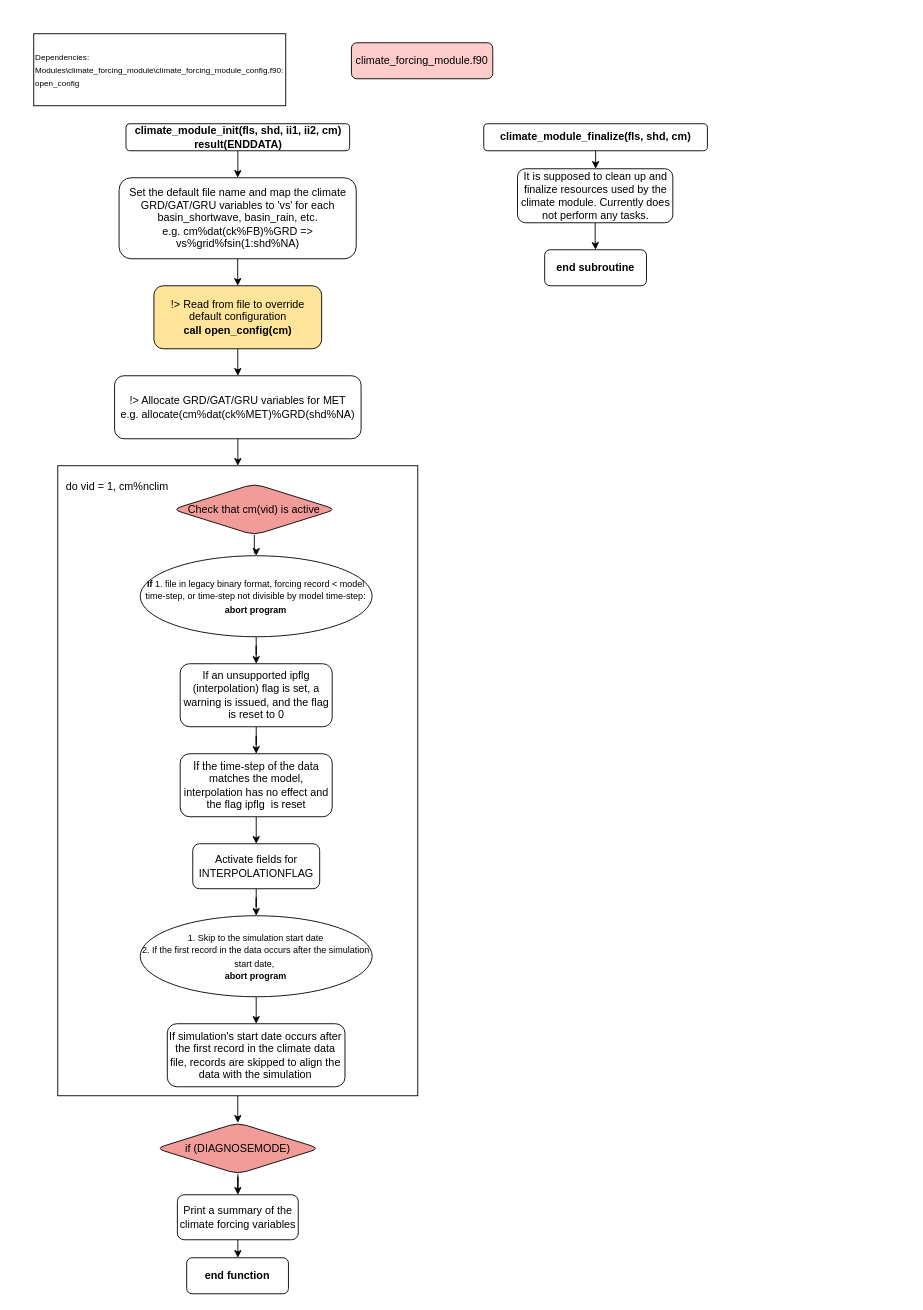
Before: climate_forcing_module.drawio in MeshMapping/r1749_Mappings, a draw.io diagram. Source tidied: cells renumbered, new cells numbered last; positions are measured from the earlier drawing's top-left corner, leaving out a move shared by most shapes. Both pictures are drawn from the tidied source at 90%, with x=0, y=0 at pixel (15, 33).
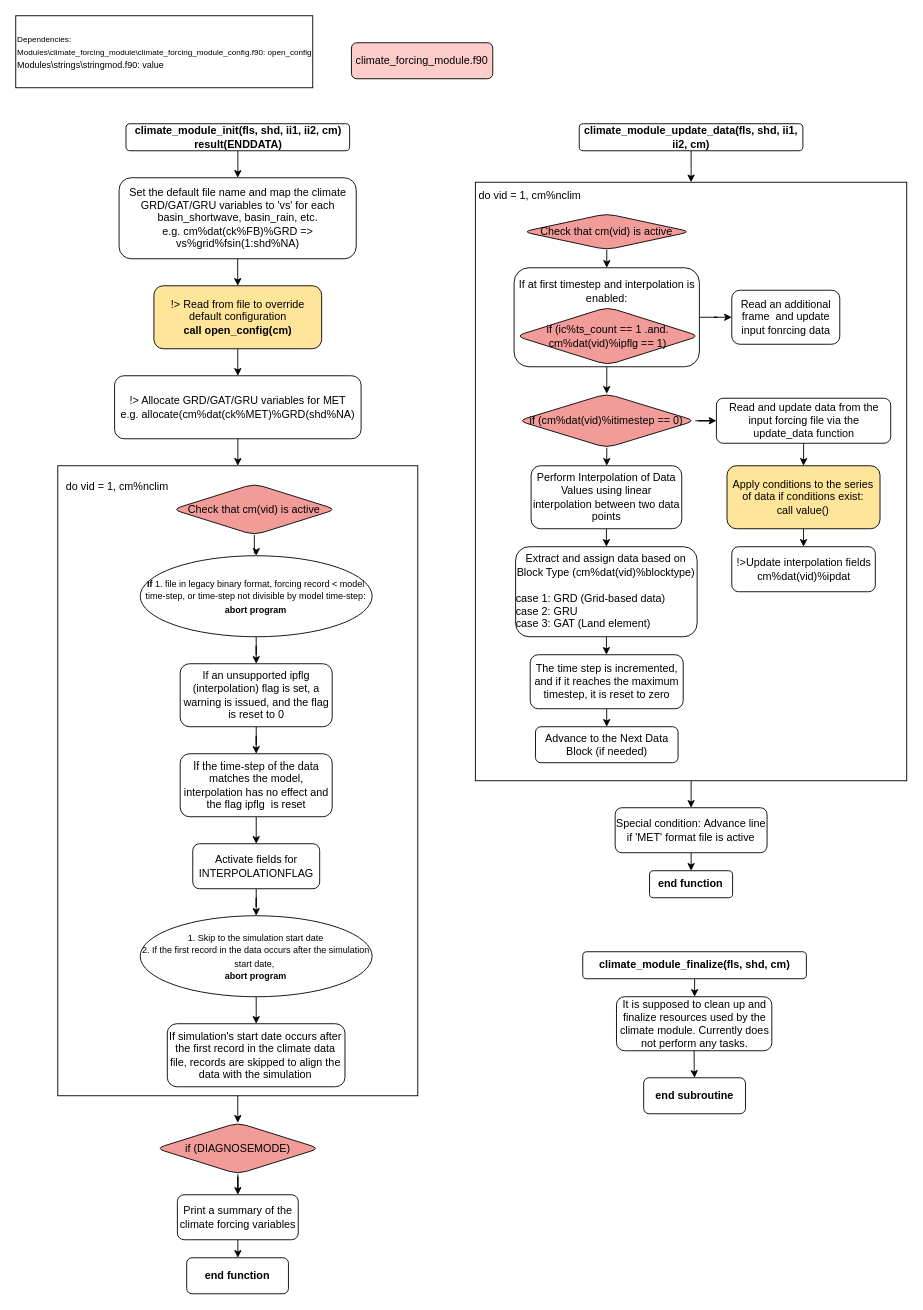
After the change.

What changed in the source:
```diff
@@
+    <mxCell id="39" style="rounded=1;whiteSpace=wrap;html=1;" parent="1" vertex="1">
+      <mxGeometry x="540" y="395" width="120" height="60" as="geometry" />
+    </mxCell>
+    <mxCell id="40" style="edgeStyle=orthogonalEdgeStyle;rounded=0;jettySize=auto;html=1;entryX=0.5;entryY=0;entryDx=0;entryDy=0;" parent="1" edge="1" source="41" target="70">
+      <mxGeometry relative="1" as="geometry" />
+    </mxCell>
+    <mxCell id="41" style="rounded=0;whiteSpace=wrap;html=1;" parent="1" vertex="1">
+      <mxGeometry x="510.7" y="165" width="479.3" height="665" as="geometry" />
+    </mxCell>
@@
-    <mxCell id="3" value="&lt;div&gt;&lt;font style=&quot;font-size: 9px;&quot;&gt;Dependencies:&lt;/font&gt;&lt;/div&gt;&lt;div&gt;&lt;font style=&quot;font-size: 9px;&quot;&gt;Modules\climate_forcing_module\climate_forcing_module_config.f90: open_config&lt;/font&gt;&lt;br&gt;&lt;/div&gt;" style="rounded=0;whiteSpace=wrap;html=1;align=left;" parent="1" vertex="1">
-      <mxGeometry x="20" width="280" height="80" as="geometry" />
+    <mxCell id="3" value="&lt;div&gt;&lt;font style=&quot;font-size: 9px;&quot;&gt;Dependencies:&lt;/font&gt;&lt;/div&gt;&lt;div&gt;&lt;font style=&quot;font-size: 9px;&quot;&gt;Modules\climate_forcing_module\climate_forcing_module_config.f90: open_config&lt;/font&gt;&lt;br&gt;&lt;/div&gt;&lt;div&gt;&lt;font style=&quot;&quot;&gt;&lt;font size=&quot;1&quot;&gt;Modules\strings\stringmod.f90: value&lt;/font&gt;&lt;/font&gt;&lt;/div&gt;" style="rounded=0;whiteSpace=wrap;html=1;align=left;" parent="1" vertex="1">
+      <mxGeometry y="-20" width="330" height="80" as="geometry" />
     </mxCell>
@@
     <mxCell id="35" value="climate_module_finalize(fls, shd, cm)" style="rounded=1;whiteSpace=wrap;html=1;fontStyle=1;" parent="1" vertex="1">
-      <mxGeometry x="520" y="100" width="248.5" height="30" as="geometry" />
+      <mxGeometry x="630" y="1020" width="248.5" height="30" as="geometry" />
     </mxCell>
@@
     <mxCell id="37" value="&lt;span style=&quot;font-weight: normal;&quot;&gt;It is supposed to clean up and finalize resources used by the climate module. Currently does not perform any tasks.&lt;/span&gt;" style="whiteSpace=wrap;html=1;rounded=1;fontStyle=1;" parent="1" vertex="1">
-      <mxGeometry x="557.5" y="150" width="172.6" height="60" as="geometry" />
+      <mxGeometry x="667.5" y="1070" width="172.6" height="60" as="geometry" />
     </mxCell>
     <mxCell id="38" value="end subroutine" style="whiteSpace=wrap;html=1;fillColor=#FFFFFF;rounded=1;fontStyle=1;" parent="1" vertex="1">
-      <mxGeometry x="587.7" y="240" width="113.1" height="40" as="geometry" />
+      <mxGeometry x="697.7" y="1160" width="113.1" height="40" as="geometry" />
     </mxCell>
+    <mxCell id="42" style="edgeStyle=orthogonalEdgeStyle;rounded=0;jettySize=auto;html=1;entryX=0.5;entryY=0;entryDx=0;entryDy=0;" parent="1" edge="1" source="43" target="41">
+      <mxGeometry relative="1" as="geometry" />
+    </mxCell>
+    <mxCell id="43" value="climate_module_update_data(fls, shd, ii1, ii2, cm)" style="rounded=1;whiteSpace=wrap;html=1;fontStyle=1;" parent="1" vertex="1">
+      <mxGeometry x="626.1" y="100" width="248.5" height="30" as="geometry" />
+    </mxCell>
+    <mxCell id="44" value="end function" style="whiteSpace=wrap;html=1;fillColor=#FFFFFF;rounded=1;fontStyle=1;" parent="1" vertex="1">
+      <mxGeometry x="704.2" y="930" width="92.3" height="30" as="geometry" />
+    </mxCell>
+    <mxCell id="45" value="do vid = 1, cm%nclim" style="text;html=1;align=center;verticalAlign=middle;whiteSpace=wrap;rounded=0;" parent="1" vertex="1">
+      <mxGeometry x="513" y="170" width="117" height="20" as="geometry" />
+    </mxCell>
+    <mxCell id="46" style="edgeStyle=orthogonalEdgeStyle;rounded=0;jettySize=auto;html=1;" parent="1" edge="1" source="47" target="49">
+      <mxGeometry relative="1" as="geometry" />
+    </mxCell>
+    <mxCell id="47" value="&lt;div&gt;Check that cm(vid) is active&lt;/div&gt;" style="rhombus;whiteSpace=wrap;html=1;rounded=1;fillColor=#F19C99;" parent="1" vertex="1">
+      <mxGeometry x="563.3" y="200" width="186.7" height="40" as="geometry" />
+    </mxCell>
+    <mxCell id="48" style="group;" parent="1" vertex="1">
+      <mxGeometry x="553.7" y="260" width="205.9" height="110" as="geometry" />
+    </mxCell>
+    <mxCell id="49" value="&lt;div&gt;&lt;span style=&quot;font-weight: 400;&quot;&gt;If at first timestep and interpolation is enabled:&lt;/span&gt;&lt;span style=&quot;background-color: initial; font-weight: 400;&quot;&gt;&lt;/span&gt;&lt;/div&gt;&lt;div&gt;&lt;br&gt;&lt;/div&gt;&lt;div&gt;&lt;br&gt;&lt;/div&gt;&lt;div style=&quot;font-weight: 400;&quot;&gt;&lt;span style=&quot;font-weight: 400;&quot;&gt;&lt;br&gt;&lt;/span&gt;&lt;/div&gt;&lt;div&gt;&lt;br/&gt;&lt;/div&gt;" style="whiteSpace=wrap;html=1;rounded=1;fontStyle=1;" parent="48" vertex="1">
+      <mxGeometry width="205.9" height="110" as="geometry" />
+    </mxCell>
+    <mxCell id="50" value="&lt;div&gt;if (ic%ts_count == 1 .and. cm%dat(vid)%ipflg == 1)&lt;/div&gt;" style="rhombus;whiteSpace=wrap;html=1;rounded=1;fillColor=#F19C99;" parent="48" vertex="1">
+      <mxGeometry x="1.9" y="43.8" width="204" height="64.2" as="geometry" />
+    </mxCell>
+    <mxCell id="51" style="edgeStyle=orthogonalEdgeStyle;rounded=0;jettySize=auto;html=1;" parent="1" edge="1" source="52" target="58">
+      <mxGeometry relative="1" as="geometry" />
+    </mxCell>
+    <mxCell id="52" value="&lt;span style=&quot;font-weight: normal;&quot;&gt;Read and update data from the input forcing file via the update_data function&lt;/span&gt;" style="whiteSpace=wrap;html=1;fillColor=#FFFFFF;rounded=1;fontStyle=1;" parent="1" vertex="1">
+      <mxGeometry x="778.5" y="405" width="193.7" height="50" as="geometry" />
+    </mxCell>
+    <mxCell id="53" style="edgeStyle=orthogonalEdgeStyle;rounded=0;jettySize=auto;html=1;" parent="1" edge="1" source="55" target="52">
+      <mxGeometry relative="1" as="geometry" />
+    </mxCell>
+    <mxCell id="54" style="edgeStyle=orthogonalEdgeStyle;rounded=0;jettySize=auto;html=1;entryX=0.5;entryY=0;entryDx=0;entryDy=0;" parent="1" edge="1" source="55" target="63">
+      <mxGeometry relative="1" as="geometry" />
+    </mxCell>
+    <mxCell id="55" value="&lt;div&gt;if (cm%dat(vid)%itimestep == 0)&lt;/div&gt;" style="rhombus;whiteSpace=wrap;html=1;rounded=1;fillColor=#F19C99;" parent="1" vertex="1">
+      <mxGeometry x="558.3" y="400" width="196.7" height="60" as="geometry" />
+    </mxCell>
+    <mxCell id="56" style="edgeStyle=orthogonalEdgeStyle;rounded=0;jettySize=auto;html=1;entryX=0.5;entryY=0;entryDx=0;entryDy=0;" parent="1" edge="1" source="49" target="55">
+      <mxGeometry relative="1" as="geometry" />
+    </mxCell>
+    <mxCell id="57" style="edgeStyle=orthogonalEdgeStyle;rounded=0;jettySize=auto;html=1;" parent="1" edge="1" source="58" target="59">
+      <mxGeometry relative="1" as="geometry" />
+    </mxCell>
+    <mxCell id="58" value="&lt;span style=&quot;font-weight: normal;&quot;&gt;Apply conditions to the series of data if conditions exist:&lt;/span&gt;&lt;div&gt;&lt;span style=&quot;font-weight: 400;&quot;&gt;call value()&lt;/span&gt;&lt;/div&gt;" style="whiteSpace=wrap;html=1;fillColor=#FFE599;rounded=1;fontStyle=1;" parent="1" vertex="1">
+      <mxGeometry x="790.3" y="480" width="170" height="70" as="geometry" />
+    </mxCell>
+    <mxCell id="59" value="&lt;span style=&quot;font-weight: 400;&quot;&gt;!&amp;gt;Update interpolation fields&lt;/span&gt;&lt;div&gt;&lt;span style=&quot;font-weight: 400;&quot;&gt;cm%dat(vid)%ipdat&lt;/span&gt;&lt;/div&gt;" style="whiteSpace=wrap;html=1;fillColor=#FFFFFF;rounded=1;fontStyle=1;" parent="1" vertex="1">
+      <mxGeometry x="795.6" y="570" width="159.5" height="50" as="geometry" />
+    </mxCell>
+    <mxCell id="60" value="&lt;span style=&quot;font-weight: normal;&quot;&gt;Read an additional frame&amp;nbsp; and update input fonrcing data&lt;/span&gt;" style="whiteSpace=wrap;html=1;rounded=1;fontStyle=1;" parent="1" vertex="1">
+      <mxGeometry x="795.6" y="285" width="120" height="60" as="geometry" />
+    </mxCell>
+    <mxCell id="61" style="edgeStyle=orthogonalEdgeStyle;rounded=0;jettySize=auto;html=1;" parent="1" edge="1" source="49" target="60">
+      <mxGeometry relative="1" as="geometry" />
+    </mxCell>
+    <mxCell id="62" style="edgeStyle=orthogonalEdgeStyle;rounded=0;jettySize=auto;html=1;" parent="1" edge="1" source="63" target="65">
+      <mxGeometry relative="1" as="geometry" />
+    </mxCell>
+    <mxCell id="63" value="&lt;span style=&quot;font-weight: 400;&quot;&gt;Perform Interpolation of Data Values&amp;nbsp;using linear interpolation between two data points&lt;/span&gt;" style="whiteSpace=wrap;html=1;fillColor=#FFFFFF;rounded=1;fontStyle=1;" parent="1" vertex="1">
+      <mxGeometry x="572.6" y="480" width="167.4" height="70" as="geometry" />
+    </mxCell>
+    <mxCell id="64" style="edgeStyle=orthogonalEdgeStyle;rounded=0;jettySize=auto;html=1;" parent="1" edge="1" source="65" target="67">
+      <mxGeometry relative="1" as="geometry" />
+    </mxCell>
+    <mxCell id="65" value="&lt;span style=&quot;font-weight: 400;&quot;&gt;Extract and assign data based on Block Type (cm%dat(vid)%blocktype)&lt;/span&gt;&lt;div&gt;&lt;span style=&quot;font-weight: 400;&quot;&gt;&lt;br&gt;&lt;/span&gt;&lt;div style=&quot;text-align: left;&quot;&gt;&lt;span style=&quot;font-weight: normal;&quot;&gt;case 1:&amp;nbsp;GRD (Grid-based data)&lt;/span&gt;&lt;/div&gt;&lt;div style=&quot;text-align: left;&quot;&gt;&lt;span style=&quot;font-weight: normal;&quot;&gt;case 2:&amp;nbsp;&lt;/span&gt;&lt;span style=&quot;font-weight: 400;&quot;&gt;GRU&lt;/span&gt;&lt;/div&gt;&lt;div&gt;&lt;div style=&quot;text-align: left;&quot;&gt;&lt;span style=&quot;font-weight: 400; background-color: initial;&quot;&gt;case 3: &lt;/span&gt;&lt;span style=&quot;font-weight: 400; background-color: initial;&quot;&gt;GAT (Land element)&lt;/span&gt;&lt;/div&gt;&lt;/div&gt;&lt;/div&gt;" style="whiteSpace=wrap;html=1;fillColor=#FFFFFF;rounded=1;fontStyle=1;" parent="1" vertex="1">
+      <mxGeometry x="555.4" y="570" width="201.7" height="100" as="geometry" />
+    </mxCell>
+    <mxCell id="66" style="edgeStyle=orthogonalEdgeStyle;rounded=0;jettySize=auto;html=1;entryX=0.5;entryY=0;entryDx=0;entryDy=0;" parent="1" edge="1" source="67" target="68">
+      <mxGeometry relative="1" as="geometry" />
+    </mxCell>
+    <mxCell id="67" value="&lt;span style=&quot;font-weight: normal;&quot;&gt;The time step is incremented, and if it reaches the maximum timestep, it is reset to zero&lt;/span&gt;" style="whiteSpace=wrap;html=1;fillColor=#FFFFFF;rounded=1;fontStyle=1;" parent="1" vertex="1">
+      <mxGeometry x="571.6" y="690" width="170" height="60" as="geometry" />
+    </mxCell>
+    <mxCell id="68" value="&lt;span style=&quot;font-weight: 400;&quot;&gt;Advance to the Next Data Block (if needed)&lt;/span&gt;" style="whiteSpace=wrap;html=1;fillColor=#FFFFFF;rounded=1;fontStyle=1;" parent="1" vertex="1">
+      <mxGeometry x="577.5" y="770" width="158.4" height="40" as="geometry" />
+    </mxCell>
+    <mxCell id="69" style="edgeStyle=orthogonalEdgeStyle;rounded=0;jettySize=auto;html=1;" parent="1" edge="1" source="70" target="44">
+      <mxGeometry relative="1" as="geometry" />
+    </mxCell>
+    <mxCell id="70" value="&lt;span style=&quot;font-weight: 400;&quot;&gt;Special condition:&amp;nbsp;&lt;/span&gt;&lt;span style=&quot;font-weight: 400;&quot;&gt;Advance line if 'MET' format file is active&lt;/span&gt;" style="whiteSpace=wrap;html=1;fillColor=#FFFFFF;rounded=1;fontStyle=1;" parent="1" vertex="1">
+      <mxGeometry x="666" y="860" width="168.8" height="50" as="geometry" />
+    </mxCell>
```
